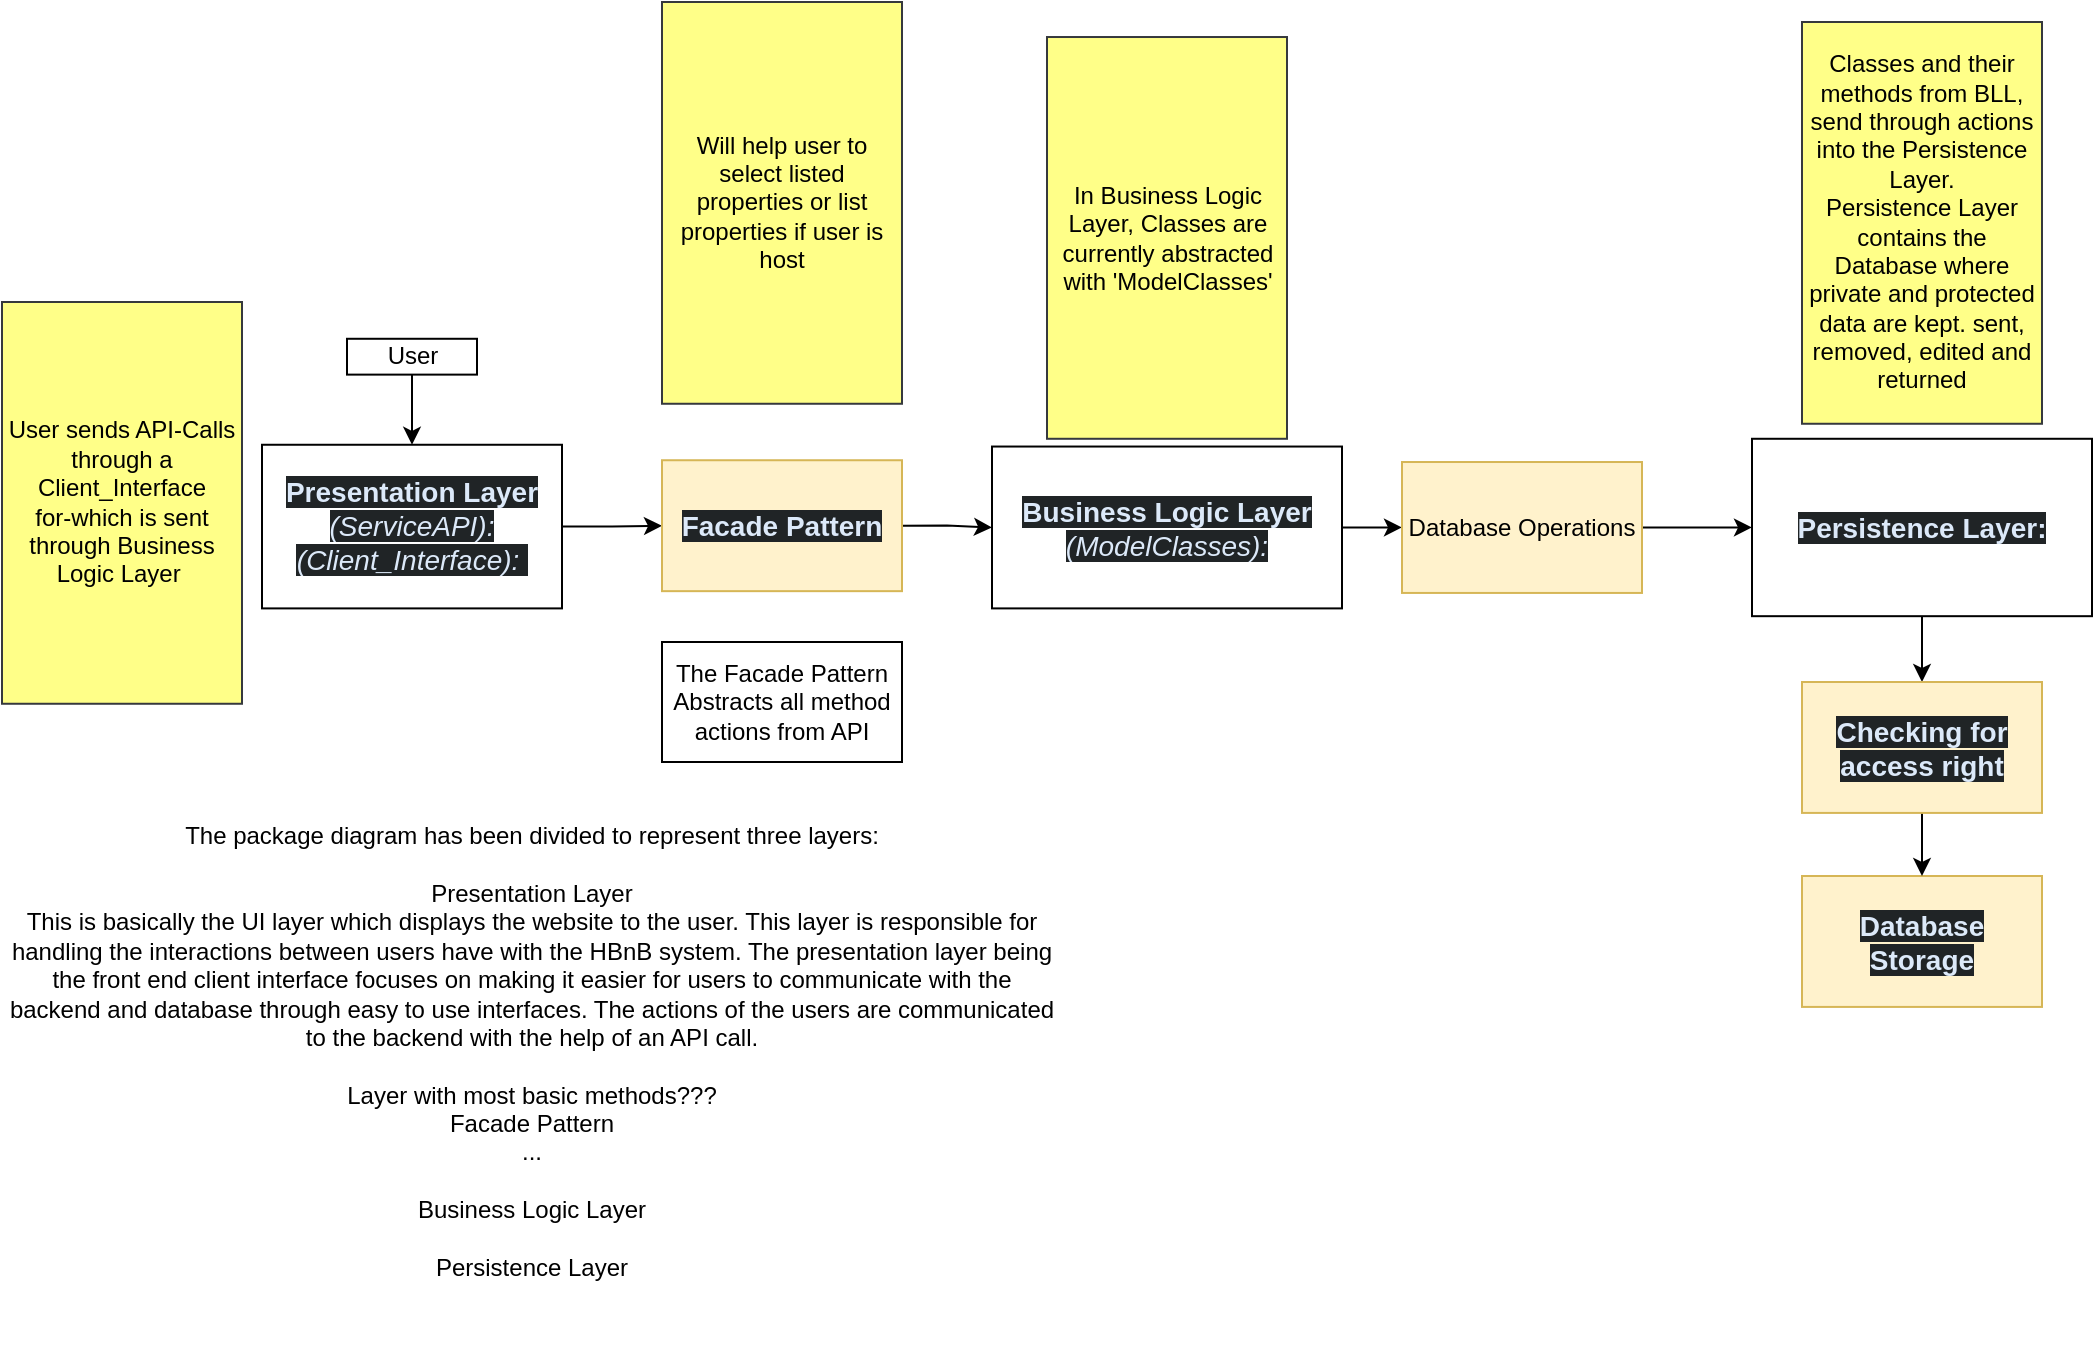
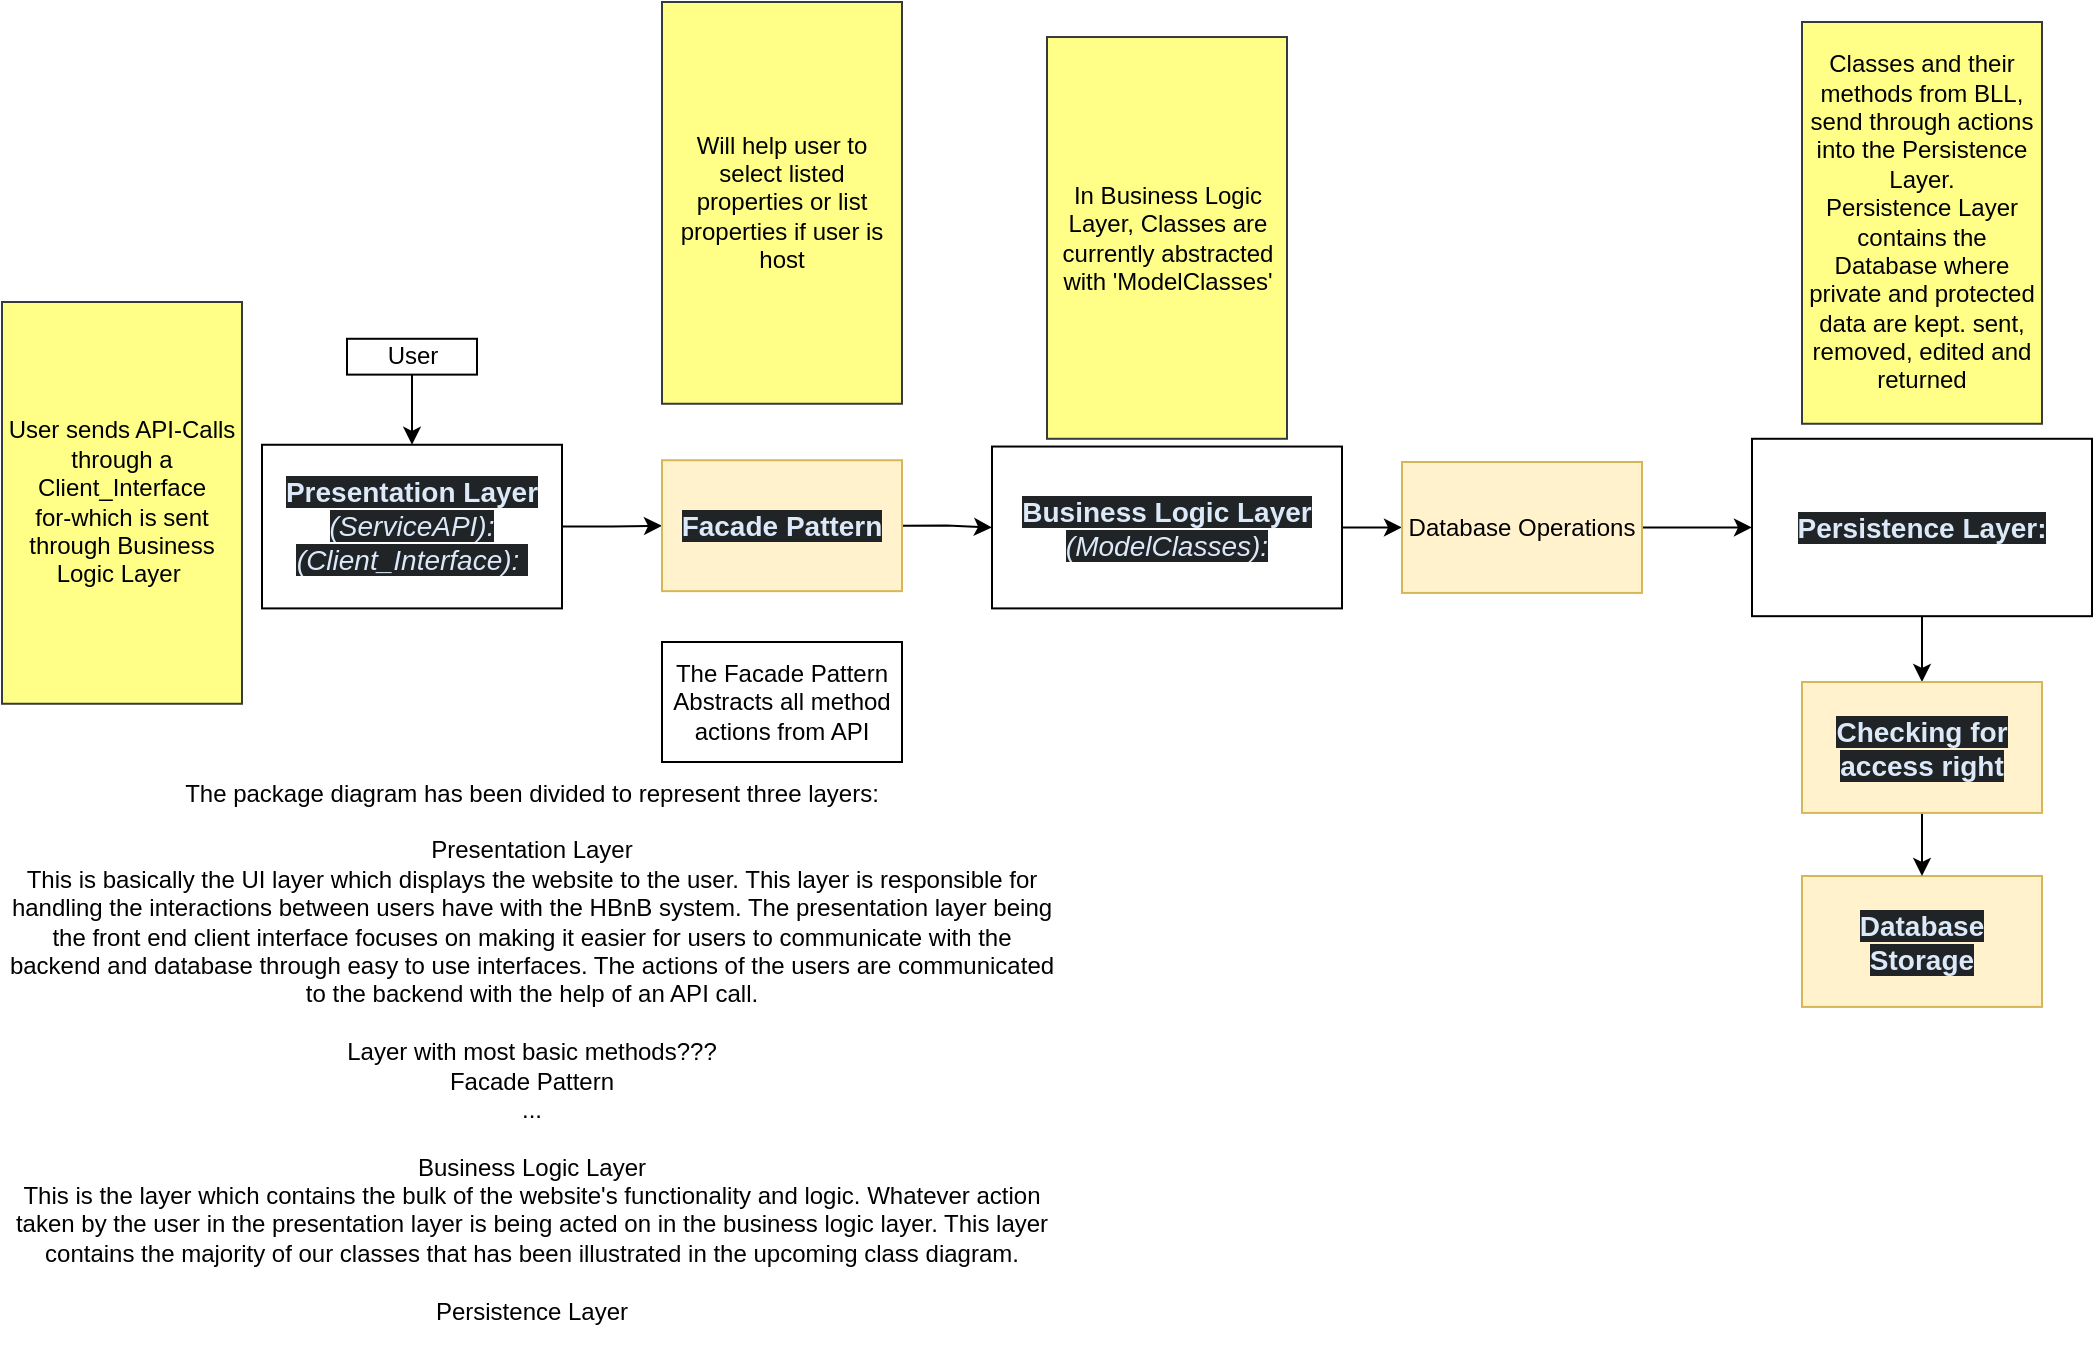
<mxfile host="app.diagrams.net">
  <diagram name="Page-1" id="2KrW7VEhyqmw7Nx4Ttr-">
    <mxGraphModel dx="574" dy="692" grid="1" gridSize="10" guides="1" tooltips="1" connect="1" arrows="1" fold="1" page="1" pageScale="1" pageWidth="850" pageHeight="1100" math="0" shadow="0">
      <root>
        <mxCell id="0" />
        <mxCell id="1" parent="0" />
        <mxCell id="vZHe2jEZJALmbnLdjFB--106" edge="1" parent="1" source="vZHe2jEZJALmbnLdjFB--105" style="edgeStyle=orthogonalEdgeStyle;rounded=0;orthogonalLoop=1;jettySize=auto;html=1;entryX=0.5;entryY=0;entryDx=0;entryDy=0;exitX=0.5;exitY=1;exitDx=0;exitDy=0;" target="vZHe2jEZJALmbnLdjFB--6" value="">
          <mxGeometry relative="1" as="geometry">
            <mxPoint x="360" y="250" as="sourcePoint" />
          </mxGeometry>
        </mxCell>
        <mxCell id="vZHe2jEZJALmbnLdjFB--6" parent="1" style="rounded=0;whiteSpace=wrap;html=1;" value="&lt;strong style=&quot;box-sizing: border-box; font-weight: bold; scrollbar-color: rgb(95, 99, 104) rgb(49, 54, 60); color: rgb(220, 233, 249); font-family: aktiv-grotesk, sans-serif; font-size: 14px; text-align: start; background-color: rgb(32, 36, 38);&quot;&gt;Presentation Layer &lt;/strong&gt;&lt;span style=&quot;box-sizing: border-box; scrollbar-color: rgb(95, 99, 104) rgb(49, 54, 60); color: rgb(220, 233, 249); font-family: aktiv-grotesk, sans-serif; font-size: 14px; text-align: start; background-color: rgb(32, 36, 38);&quot;&gt;&lt;i&gt;(ServiceAPI):&lt;/i&gt;&lt;/span&gt;&lt;div&gt;&lt;span style=&quot;color: rgb(220, 233, 249); font-family: aktiv-grotesk, sans-serif; font-size: 14px; text-align: start; background-color: rgb(32, 36, 38);&quot;&gt;&lt;i&gt;(Client_Interface):&amp;nbsp;&lt;/i&gt;&lt;/span&gt;&lt;/div&gt;" vertex="1">
          <mxGeometry height="81.82" width="150" x="400" y="301.38" as="geometry" />
        </mxCell>
        <mxCell id="vZHe2jEZJALmbnLdjFB--8" edge="1" parent="1" source="vZHe2jEZJALmbnLdjFB--10" style="edgeStyle=orthogonalEdgeStyle;rounded=0;orthogonalLoop=1;jettySize=auto;html=1;exitX=1;exitY=0.5;exitDx=0;exitDy=0;entryX=0;entryY=0.5;entryDx=0;entryDy=0;" target="vZHe2jEZJALmbnLdjFB--39">
          <mxGeometry relative="1" as="geometry" />
        </mxCell>
        <mxCell id="vZHe2jEZJALmbnLdjFB--10" parent="1" style="rounded=0;whiteSpace=wrap;html=1;" value="&lt;span style=&quot;box-sizing: border-box; scrollbar-color: rgb(95, 99, 104) rgb(49, 54, 60); color: rgb(220, 233, 249); font-family: aktiv-grotesk, sans-serif; font-size: 14px; text-align: start; background-color: rgb(32, 36, 38);&quot;&gt;&lt;b&gt;Business Logic Layer &lt;/b&gt;&lt;i style=&quot;&quot;&gt;(ModelClasses):&lt;/i&gt;&lt;/span&gt;" vertex="1">
          <mxGeometry height="80.93" width="175" x="765" y="302.27" as="geometry" />
        </mxCell>
        <mxCell id="vZHe2jEZJALmbnLdjFB--11" edge="1" parent="1" source="vZHe2jEZJALmbnLdjFB--12" style="edgeStyle=orthogonalEdgeStyle;rounded=0;orthogonalLoop=1;jettySize=auto;html=1;exitX=0.5;exitY=1;exitDx=0;exitDy=0;entryX=0.5;entryY=0;entryDx=0;entryDy=0;" target="vZHe2jEZJALmbnLdjFB--102">
          <mxGeometry relative="1" as="geometry" />
        </mxCell>
        <mxCell id="vZHe2jEZJALmbnLdjFB--12" parent="1" style="rounded=0;whiteSpace=wrap;html=1;" value="&lt;strong style=&quot;box-sizing: border-box; font-weight: bold; scrollbar-color: rgb(95, 99, 104) rgb(49, 54, 60); color: rgb(220, 233, 249); font-family: aktiv-grotesk, sans-serif; font-size: 14px; text-align: start; background-color: rgb(32, 36, 38);&quot;&gt;Persistence Layer:&lt;/strong&gt;" vertex="1">
          <mxGeometry height="88.7" width="170" x="1145" y="298.39" as="geometry" />
        </mxCell>
        <mxCell id="vZHe2jEZJALmbnLdjFB--29" parent="1" style="rounded=0;whiteSpace=wrap;html=1;align=center;fillColor=#fff2cc;strokeColor=#d6b656;" value="&lt;div style=&quot;&quot;&gt;&lt;font color=&quot;#dce9f9&quot; face=&quot;aktiv-grotesk, sans-serif&quot;&gt;&lt;span style=&quot;font-size: 14px; background-color: rgb(32, 36, 38);&quot;&gt;&lt;b&gt;Database&lt;br&gt;Storage&lt;/b&gt;&lt;/span&gt;&lt;/font&gt;&lt;/div&gt;" vertex="1">
          <mxGeometry height="65.46" width="120" x="1170" y="517" as="geometry" />
        </mxCell>
        <mxCell id="vZHe2jEZJALmbnLdjFB--35" edge="1" parent="1" source="vZHe2jEZJALmbnLdjFB--37" style="edgeStyle=orthogonalEdgeStyle;rounded=0;orthogonalLoop=1;jettySize=auto;html=1;exitX=1;exitY=0.5;exitDx=0;exitDy=0;" target="vZHe2jEZJALmbnLdjFB--10">
          <mxGeometry relative="1" as="geometry">
            <mxPoint x="750" y="339.5700000000001" as="sourcePoint" />
          </mxGeometry>
        </mxCell>
        <mxCell id="vZHe2jEZJALmbnLdjFB--36" edge="1" parent="1" source="vZHe2jEZJALmbnLdjFB--6" style="edgeStyle=orthogonalEdgeStyle;rounded=0;orthogonalLoop=1;jettySize=auto;html=1;exitX=1;exitY=0.5;exitDx=0;exitDy=0;entryX=0;entryY=0.5;entryDx=0;entryDy=0;" target="vZHe2jEZJALmbnLdjFB--37">
          <mxGeometry relative="1" as="geometry">
            <mxPoint x="575" y="430" as="targetPoint" />
          </mxGeometry>
        </mxCell>
        <mxCell id="vZHe2jEZJALmbnLdjFB--37" parent="1" style="rounded=0;whiteSpace=wrap;html=1;align=center;fillColor=#fff2cc;strokeColor=#d6b656;" value="&lt;div style=&quot;&quot;&gt;&lt;font color=&quot;#dce9f9&quot; face=&quot;aktiv-grotesk, sans-serif&quot;&gt;&lt;span style=&quot;font-size: 14px; background-color: rgb(32, 36, 38);&quot;&gt;&lt;b&gt;Facade Pattern&lt;/b&gt;&lt;/span&gt;&lt;/font&gt;&lt;/div&gt;" vertex="1">
          <mxGeometry height="65.46" width="120" x="600" y="309.11999999999995" as="geometry" />
        </mxCell>
        <mxCell id="vZHe2jEZJALmbnLdjFB--38" edge="1" parent="1" source="vZHe2jEZJALmbnLdjFB--39" style="edgeStyle=orthogonalEdgeStyle;rounded=0;orthogonalLoop=1;jettySize=auto;html=1;exitX=1;exitY=0.5;exitDx=0;exitDy=0;entryX=0;entryY=0.5;entryDx=0;entryDy=0;" target="vZHe2jEZJALmbnLdjFB--12">
          <mxGeometry relative="1" as="geometry" />
        </mxCell>
        <mxCell id="vZHe2jEZJALmbnLdjFB--39" parent="1" style="rounded=0;whiteSpace=wrap;html=1;align=center;fillColor=#fff2cc;strokeColor=#d6b656;" value="Database Operations" vertex="1">
          <mxGeometry height="65.46" width="120" x="970" y="310.01" as="geometry" />
        </mxCell>
        <mxCell id="vZHe2jEZJALmbnLdjFB--101" edge="1" parent="1" source="vZHe2jEZJALmbnLdjFB--102" style="edgeStyle=orthogonalEdgeStyle;rounded=0;orthogonalLoop=1;jettySize=auto;html=1;exitX=0.5;exitY=1;exitDx=0;exitDy=0;entryX=0.5;entryY=0;entryDx=0;entryDy=0;" target="vZHe2jEZJALmbnLdjFB--29">
          <mxGeometry relative="1" as="geometry">
            <mxPoint x="1460" y="530" as="targetPoint" />
          </mxGeometry>
        </mxCell>
        <mxCell id="vZHe2jEZJALmbnLdjFB--102" parent="1" style="rounded=0;whiteSpace=wrap;html=1;align=center;fillColor=#fff2cc;strokeColor=#d6b656;" value="&lt;div style=&quot;&quot;&gt;&lt;font color=&quot;#dce9f9&quot; face=&quot;aktiv-grotesk, sans-serif&quot;&gt;&lt;span style=&quot;font-size: 14px; background-color: rgb(32, 36, 38);&quot;&gt;&lt;b&gt;Checking for access right&lt;/b&gt;&lt;/span&gt;&lt;/font&gt;&lt;/div&gt;" vertex="1">
          <mxGeometry height="65.46" width="120" x="1170" y="420" as="geometry" />
        </mxCell>
        <mxCell id="vZHe2jEZJALmbnLdjFB--105" parent="1" style="whiteSpace=wrap;html=1;rounded=0;" value="User" vertex="1">
          <mxGeometry height="17.92" width="65" x="442.5" y="248.39" as="geometry" />
        </mxCell>
        <mxCell id="WIsYPLuYnzwIEppj4hiX-1" parent="1" style="rounded=0;whiteSpace=wrap;html=1;fillColor=light-dark(#FFFF88,#FFFF63);strokeColor=#36393d;fontColor=light-dark(#000000,#000000);" value="User sends API-Calls through a Client_Interface&lt;br&gt;for-which is sent through Business Logic Layer&amp;nbsp;" vertex="1">
          <mxGeometry height="200.88" width="120" x="270" y="230" as="geometry" />
        </mxCell>
        <mxCell id="WIsYPLuYnzwIEppj4hiX-2" parent="1" style="rounded=0;whiteSpace=wrap;html=1;fillColor=light-dark(#FFFF88,#FFFF63);strokeColor=#36393d;fontColor=light-dark(#000000,#000000);" value="In Business Logic Layer, Classes are currently abstracted with &#39;ModelClasses&#39;" vertex="1">
          <mxGeometry height="200.88" width="120" x="792.5" y="97.51" as="geometry" />
        </mxCell>
        <mxCell id="WIsYPLuYnzwIEppj4hiX-3" parent="1" style="rounded=0;whiteSpace=wrap;html=1;fillColor=light-dark(#FFFF88,#FFFF63);strokeColor=#36393d;fontColor=light-dark(#000000,#000000);" value="Classes and their methods from BLL,&lt;br&gt;send through actions into the Persistence Layer.&lt;br&gt;Persistence Layer contains the Database where private and protected data are kept. sent, removed, edited and returned" vertex="1">
          <mxGeometry height="200.88" width="120" x="1170" y="90" as="geometry" />
        </mxCell>
        <mxCell id="WgZE8rlp9okLk8PS5iAP-1" parent="1" style="rounded=0;whiteSpace=wrap;html=1;fillColor=light-dark(#FFFF88,#FFFF63);strokeColor=#36393d;fontColor=light-dark(#000000,#000000);" value="Will help user to select listed properties or list properties if user is host" vertex="1">
          <mxGeometry height="200.88" width="120" x="600" y="80" as="geometry" />
        </mxCell>
        <mxCell id="jcnPVMmyGXToek09mdS7-1" parent="1" style="rounded=0;whiteSpace=wrap;html=1;" value="The Facade Pattern Abstracts all method actions from API" vertex="1">
          <mxGeometry height="60" width="120" x="600" y="400" as="geometry" />
        </mxCell>
-         <mxCell id="3AgvAKh3npFNZkdtQLno-1" parent="1" style="text;html=1;whiteSpace=wrap;strokeColor=none;fillColor=none;align=center;verticalAlign=middle;rounded=0;" value="The package diagram has been divided to represent three layers:&lt;br&gt;&lt;br&gt;Presentation Layer&lt;div&gt;This is basically the UI layer which displays the website to the user. This layer is responsible for handling the interactions between users have with the HBnB system. The presentation layer being the front end client interface focuses on making it easier for users to communicate with the backend and database through easy to use interfaces. The actions of the users are communicated to the backend with the help of an API cal&lt;span style=&quot;background-color: transparent; color: light-dark(rgb(0, 0, 0), rgb(255, 255, 255));&quot;&gt;l.&lt;/span&gt;&lt;/div&gt;&lt;div&gt;&lt;br&gt;&lt;/div&gt;&lt;div&gt;Layer with most basic methods???&lt;span style=&quot;background-color: transparent; color: light-dark(rgb(0, 0, 0), rgb(255, 255, 255));&quot;&gt;&lt;/span&gt;&lt;/div&gt;&lt;div&gt;&lt;span style=&quot;background-color: transparent; color: light-dark(rgb(0, 0, 0), rgb(255, 255, 255));&quot;&gt;Facade Pattern&lt;/span&gt;&lt;/div&gt;&lt;div&gt;&lt;span style=&quot;background-color: transparent; color: light-dark(rgb(0, 0, 0), rgb(255, 255, 255));&quot;&gt;...&lt;/span&gt;&lt;/div&gt;&lt;div&gt;&lt;br&gt;Business Logic Layer&lt;div&gt;&lt;br&gt;&lt;/div&gt;&lt;div&gt;Persistence Layer&lt;br&gt;&lt;div&gt;&lt;br&gt;&lt;/div&gt;&lt;/div&gt;&lt;/div&gt;" vertex="1">
+         <mxCell id="3AgvAKh3npFNZkdtQLno-1" parent="1" style="text;html=1;whiteSpace=wrap;strokeColor=none;fillColor=none;align=center;verticalAlign=middle;rounded=0;" value="The package diagram has been divided to represent three layers:&lt;br&gt;&lt;br&gt;Presentation Layer&lt;div&gt;This is basically the UI layer which displays the website to the user. This layer is responsible for handling the interactions between users have with the HBnB system. The presentation layer being the front end client interface focuses on making it easier for users to communicate with the backend and database through easy to use interfaces. The actions of the users are communicated to the backend with the help of an API cal&lt;span style=&quot;background-color: transparent; color: light-dark(rgb(0, 0, 0), rgb(255, 255, 255));&quot;&gt;l.&lt;/span&gt;&lt;/div&gt;&lt;div&gt;&lt;br&gt;&lt;/div&gt;&lt;div&gt;Layer with most basic methods???&lt;span style=&quot;background-color: transparent; color: light-dark(rgb(0, 0, 0), rgb(255, 255, 255));&quot;&gt;&lt;/span&gt;&lt;/div&gt;&lt;div&gt;&lt;span style=&quot;background-color: transparent; color: light-dark(rgb(0, 0, 0), rgb(255, 255, 255));&quot;&gt;Facade Pattern&lt;/span&gt;&lt;/div&gt;&lt;div&gt;&lt;span style=&quot;background-color: transparent; color: light-dark(rgb(0, 0, 0), rgb(255, 255, 255));&quot;&gt;...&lt;/span&gt;&lt;/div&gt;&lt;div&gt;&lt;br&gt;Business Logic Layer&lt;div&gt;This is the layer which contains the bulk of the website&#39;s functionality and logic. Whatever action taken by the user in the presentation layer is being acted on in the business logic layer. This layer contains the majority of our classes that has been illustrated in the upcoming class diagram.&lt;/div&gt;&lt;div&gt;&lt;br&gt;&lt;/div&gt;&lt;div&gt;Persistence Layer&lt;br&gt;&lt;div&gt;&lt;br&gt;&lt;/div&gt;&lt;/div&gt;&lt;/div&gt;" vertex="1">
          <mxGeometry height="303" width="530" x="270" y="460" as="geometry" />
        </mxCell>
      </root>
    </mxGraphModel>
  </diagram>
</mxfile>
